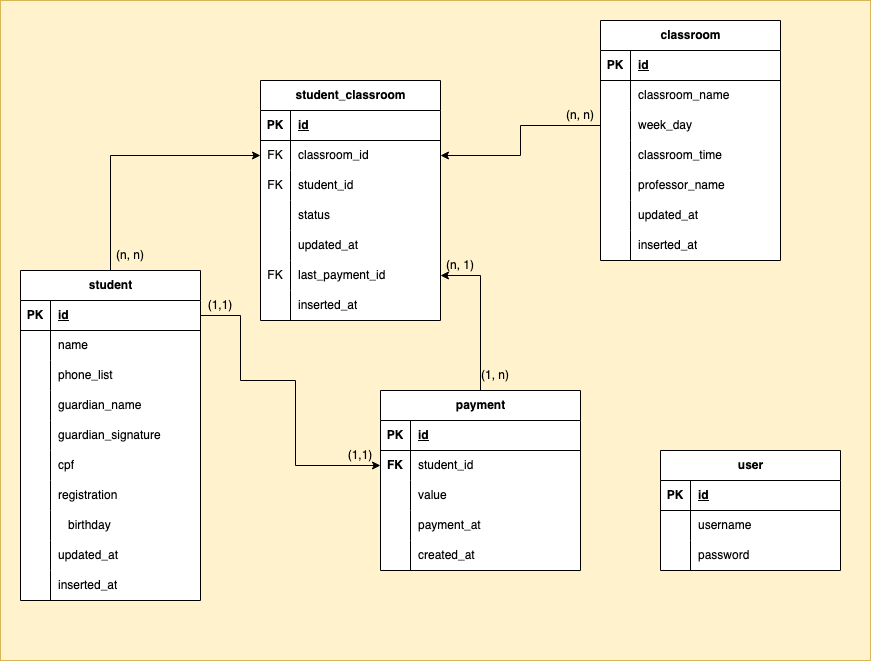
Above: doc/diagramexplosao.drawio.png in rgrosa/project-explosao-backend (draw.io), before the change. Source tidied: cells renumbered, new cells last; positions are measured from the earlier drawing's top-left corner, leaving out a move shared by most shapes.
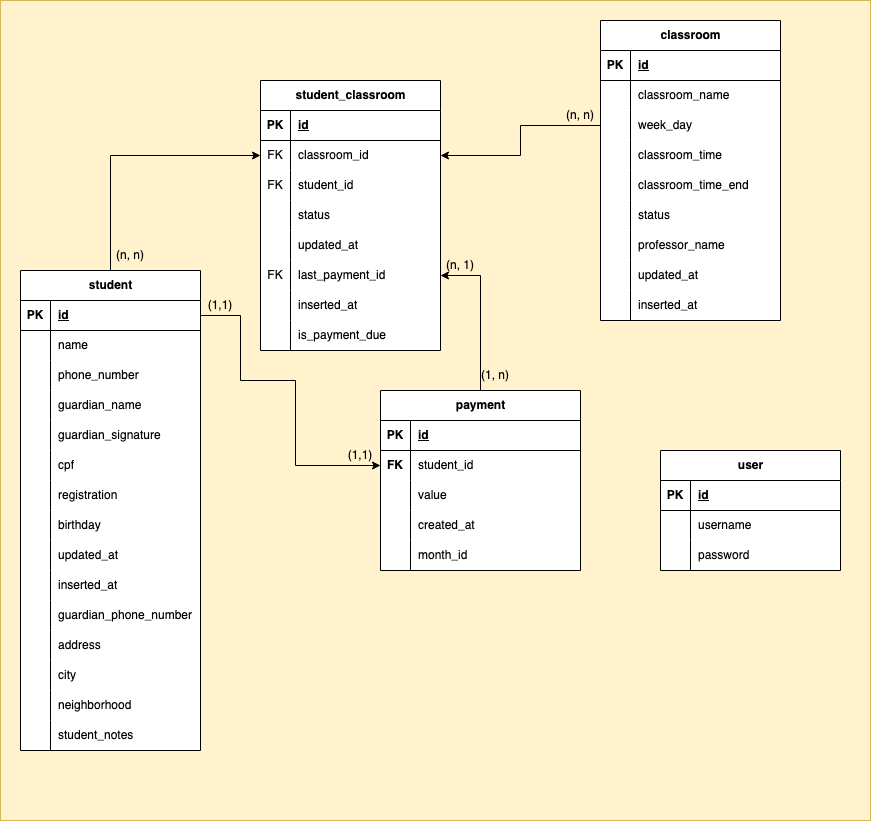
After the change.

Change to the diagram source:
```diff
@@ -3,13 +3,13 @@
     <mxCell id="0" />
     <mxCell id="1" parent="0" />
     <mxCell id="2" style="whiteSpace=wrap;html=1;fillColor=#fff2cc;strokeColor=#d6b656;" parent="1" vertex="1">
-      <mxGeometry width="870" height="660" as="geometry" />
+      <mxGeometry width="870" height="820" as="geometry" />
     </mxCell>
     <mxCell id="3" style="edgeStyle=orthogonalEdgeStyle;rounded=0;jettySize=auto;html=1;entryX=0;entryY=0.5;entryDx=0;entryDy=0;" parent="1" edge="1" source="4" target="61">
       <mxGeometry relative="1" as="geometry" />
     </mxCell>
     <mxCell id="4" value="student" style="shape=table;startSize=30;rowLines=0;fontStyle=1;align=center;html=1;swimlaneFillColor=default;" parent="1" vertex="1">
-      <mxGeometry x="20" y="270" width="180" height="330" as="geometry" />
+      <mxGeometry x="20" y="270" width="180" height="480" as="geometry" />
     </mxCell>
     <mxCell id="5" style="shape=tableRow;horizontal=0;startSize=0;swimlaneHead=0;swimlaneBody=0;fillColor=none;points=[[0,0.5],[1,0.5]];portConstraint=eastwest;top=0;left=0;right=0;bottom=1;" parent="4" vertex="1">
       <mxGeometry y="30" width="180" height="30" as="geometry" />
@@ -35,7 +35,7 @@
     <mxCell id="12" style="shape=partialRectangle;fillColor=none;top=0;left=0;bottom=0;right=0;overflow=hidden;whiteSpace=wrap;html=1;" parent="11" vertex="1">
       <mxGeometry width="30" height="30" as="geometry" />
     </mxCell>
-    <mxCell id="13" value="&lt;div&gt;phone_list&lt;/div&gt;" style="shape=partialRectangle;fillColor=none;top=0;left=0;bottom=0;right=0;align=left;spacingLeft=6;overflow=hidden;whiteSpace=wrap;html=1;" parent="11" vertex="1">
+    <mxCell id="13" value="&lt;div&gt;phone_number&lt;/div&gt;" style="shape=partialRectangle;fillColor=none;top=0;left=0;bottom=0;right=0;align=left;spacingLeft=6;overflow=hidden;whiteSpace=wrap;html=1;" parent="11" vertex="1">
       <mxGeometry x="30" width="150" height="30" as="geometry" />
     </mxCell>
     <mxCell id="14" style="shape=tableRow;horizontal=0;startSize=0;swimlaneHead=0;swimlaneBody=0;fillColor=none;top=0;left=0;right=0;bottom=0;" parent="4" vertex="1">
@@ -101,8 +101,53 @@
     <mxCell id="34" value="inserted_at" style="shape=partialRectangle;fillColor=none;top=0;left=0;bottom=0;right=0;align=left;spacingLeft=6;overflow=hidden;whiteSpace=wrap;html=1;" parent="32" vertex="1">
       <mxGeometry x="30" width="150" height="30" as="geometry" />
     </mxCell>
+    <mxCell id="116" style="shape=tableRow;horizontal=0;startSize=0;swimlaneHead=0;swimlaneBody=0;fillColor=none;top=0;left=0;right=0;bottom=0;" parent="4" vertex="1">
+      <mxGeometry y="330" width="180" height="30" as="geometry" />
+    </mxCell>
+    <mxCell id="117" style="shape=partialRectangle;fillColor=none;top=0;left=0;bottom=0;right=0;overflow=hidden;whiteSpace=wrap;html=1;" parent="116" vertex="1">
+      <mxGeometry width="30" height="30" as="geometry" />
+    </mxCell>
+    <mxCell id="118" value="guardian_phone_number" style="shape=partialRectangle;fillColor=none;top=0;left=0;bottom=0;right=0;align=left;spacingLeft=6;overflow=hidden;whiteSpace=wrap;html=1;" parent="116" vertex="1">
+      <mxGeometry x="30" width="150" height="30" as="geometry" />
+    </mxCell>
+    <mxCell id="119" style="shape=tableRow;horizontal=0;startSize=0;swimlaneHead=0;swimlaneBody=0;fillColor=none;top=0;left=0;right=0;bottom=0;" parent="4" vertex="1">
+      <mxGeometry y="360" width="180" height="30" as="geometry" />
+    </mxCell>
+    <mxCell id="120" style="shape=partialRectangle;fillColor=none;top=0;left=0;bottom=0;right=0;overflow=hidden;whiteSpace=wrap;html=1;" parent="119" vertex="1">
+      <mxGeometry width="30" height="30" as="geometry" />
+    </mxCell>
+    <mxCell id="121" value="address" style="shape=partialRectangle;fillColor=none;top=0;left=0;bottom=0;right=0;align=left;spacingLeft=6;overflow=hidden;whiteSpace=wrap;html=1;" parent="119" vertex="1">
+      <mxGeometry x="30" width="150" height="30" as="geometry" />
+    </mxCell>
+    <mxCell id="122" style="shape=tableRow;horizontal=0;startSize=0;swimlaneHead=0;swimlaneBody=0;fillColor=none;top=0;left=0;right=0;bottom=0;" parent="4" vertex="1">
+      <mxGeometry y="390" width="180" height="30" as="geometry" />
+    </mxCell>
+    <mxCell id="123" style="shape=partialRectangle;fillColor=none;top=0;left=0;bottom=0;right=0;overflow=hidden;whiteSpace=wrap;html=1;" parent="122" vertex="1">
+      <mxGeometry width="30" height="30" as="geometry" />
+    </mxCell>
+    <mxCell id="124" value="city" style="shape=partialRectangle;fillColor=none;top=0;left=0;bottom=0;right=0;align=left;spacingLeft=6;overflow=hidden;whiteSpace=wrap;html=1;" parent="122" vertex="1">
+      <mxGeometry x="30" width="150" height="30" as="geometry" />
+    </mxCell>
+    <mxCell id="125" style="shape=tableRow;horizontal=0;startSize=0;swimlaneHead=0;swimlaneBody=0;fillColor=none;top=0;left=0;right=0;bottom=0;" parent="4" vertex="1">
+      <mxGeometry y="420" width="180" height="30" as="geometry" />
+    </mxCell>
+    <mxCell id="126" style="shape=partialRectangle;fillColor=none;top=0;left=0;bottom=0;right=0;overflow=hidden;whiteSpace=wrap;html=1;" parent="125" vertex="1">
+      <mxGeometry width="30" height="30" as="geometry" />
+    </mxCell>
+    <mxCell id="127" value="neighborhood" style="shape=partialRectangle;fillColor=none;top=0;left=0;bottom=0;right=0;align=left;spacingLeft=6;overflow=hidden;whiteSpace=wrap;html=1;" parent="125" vertex="1">
+      <mxGeometry x="30" width="150" height="30" as="geometry" />
+    </mxCell>
+    <mxCell id="128" style="shape=tableRow;horizontal=0;startSize=0;swimlaneHead=0;swimlaneBody=0;fillColor=none;top=0;left=0;right=0;bottom=0;" parent="4" vertex="1">
+      <mxGeometry y="450" width="180" height="30" as="geometry" />
+    </mxCell>
+    <mxCell id="129" style="shape=partialRectangle;fillColor=none;top=0;left=0;bottom=0;right=0;overflow=hidden;whiteSpace=wrap;html=1;" parent="128" vertex="1">
+      <mxGeometry width="30" height="30" as="geometry" />
+    </mxCell>
+    <mxCell id="130" value="student_notes" style="shape=partialRectangle;fillColor=none;top=0;left=0;bottom=0;right=0;align=left;spacingLeft=6;overflow=hidden;whiteSpace=wrap;html=1;" parent="128" vertex="1">
+      <mxGeometry x="30" width="150" height="30" as="geometry" />
+    </mxCell>
     <mxCell id="35" value="classroom" style="shape=table;startSize=30;rowLines=0;fontStyle=1;align=center;html=1;swimlaneFillColor=default;" parent="1" vertex="1">
-      <mxGeometry x="600" y="20" width="180" height="240" as="geometry" />
+      <mxGeometry x="600" y="20" width="180" height="300" as="geometry" />
     </mxCell>
     <mxCell id="36" style="shape=tableRow;horizontal=0;startSize=0;swimlaneHead=0;swimlaneBody=0;fillColor=none;top=0;left=0;right=0;bottom=1;" parent="35" vertex="1">
       <mxGeometry y="30" width="180" height="30" as="geometry" />
@@ -140,8 +185,26 @@
     <mxCell id="47" value="classroom_time" style="shape=partialRectangle;fillColor=none;top=0;left=0;bottom=0;right=0;align=left;spacingLeft=6;overflow=hidden;whiteSpace=wrap;html=1;" parent="45" vertex="1">
       <mxGeometry x="30" width="150" height="30" as="geometry" />
     </mxCell>
+    <mxCell id="131" style="shape=tableRow;horizontal=0;startSize=0;swimlaneHead=0;swimlaneBody=0;fillColor=none;top=0;left=0;right=0;bottom=0;" parent="35" vertex="1">
+      <mxGeometry y="150" width="180" height="30" as="geometry" />
+    </mxCell>
+    <mxCell id="132" style="shape=partialRectangle;fillColor=none;top=0;left=0;bottom=0;right=0;overflow=hidden;whiteSpace=wrap;html=1;" parent="131" vertex="1">
+      <mxGeometry width="30" height="30" as="geometry" />
+    </mxCell>
+    <mxCell id="133" value="classroom_time_end" style="shape=partialRectangle;fillColor=none;top=0;left=0;bottom=0;right=0;align=left;spacingLeft=6;overflow=hidden;whiteSpace=wrap;html=1;" parent="131" vertex="1">
+      <mxGeometry x="30" width="150" height="30" as="geometry" />
+    </mxCell>
+    <mxCell id="134" style="shape=tableRow;horizontal=0;startSize=0;swimlaneHead=0;swimlaneBody=0;fillColor=none;top=0;left=0;right=0;bottom=0;" parent="35" vertex="1">
+      <mxGeometry y="180" width="180" height="30" as="geometry" />
+    </mxCell>
+    <mxCell id="135" style="shape=partialRectangle;fillColor=none;top=0;left=0;bottom=0;right=0;overflow=hidden;whiteSpace=wrap;html=1;" parent="134" vertex="1">
+      <mxGeometry width="30" height="30" as="geometry" />
+    </mxCell>
+    <mxCell id="136" value="status" style="shape=partialRectangle;fillColor=none;top=0;left=0;bottom=0;right=0;align=left;spacingLeft=6;overflow=hidden;whiteSpace=wrap;html=1;" parent="134" vertex="1">
+      <mxGeometry x="30" width="150" height="30" as="geometry" />
+    </mxCell>
     <mxCell id="48" style="shape=tableRow;horizontal=0;startSize=0;swimlaneHead=0;swimlaneBody=0;fillColor=none;top=0;left=0;right=0;bottom=0;" parent="35" vertex="1">
-      <mxGeometry y="150" width="180" height="30" as="geometry" />
+      <mxGeometry y="210" width="180" height="30" as="geometry" />
     </mxCell>
     <mxCell id="49" style="shape=partialRectangle;fillColor=none;top=0;left=0;bottom=0;right=0;overflow=hidden;whiteSpace=wrap;html=1;" parent="48" vertex="1">
       <mxGeometry width="30" height="30" as="geometry" />
@@ -150,7 +213,7 @@
       <mxGeometry x="30" width="150" height="30" as="geometry" />
     </mxCell>
     <mxCell id="51" style="shape=tableRow;horizontal=0;startSize=0;swimlaneHead=0;swimlaneBody=0;fillColor=none;top=0;left=0;right=0;bottom=0;" parent="35" vertex="1">
-      <mxGeometry y="180" width="180" height="30" as="geometry" />
+      <mxGeometry y="240" width="180" height="30" as="geometry" />
     </mxCell>
     <mxCell id="52" style="shape=partialRectangle;fillColor=none;top=0;left=0;bottom=0;right=0;overflow=hidden;whiteSpace=wrap;html=1;" parent="51" vertex="1">
       <mxGeometry width="30" height="30" as="geometry" />
@@ -159,7 +222,7 @@
       <mxGeometry x="30" width="150" height="30" as="geometry" />
     </mxCell>
     <mxCell id="54" style="shape=tableRow;horizontal=0;startSize=0;swimlaneHead=0;swimlaneBody=0;fillColor=none;top=0;left=0;right=0;bottom=0;" parent="35" vertex="1">
-      <mxGeometry y="210" width="180" height="30" as="geometry" />
+      <mxGeometry y="270" width="180" height="30" as="geometry" />
     </mxCell>
     <mxCell id="55" style="shape=partialRectangle;fillColor=none;top=0;left=0;bottom=0;right=0;overflow=hidden;whiteSpace=wrap;html=1;" parent="54" vertex="1">
       <mxGeometry width="30" height="30" as="geometry" />
@@ -168,7 +231,7 @@
       <mxGeometry x="30" width="150" height="30" as="geometry" />
     </mxCell>
     <mxCell id="57" value="student_classroom" style="shape=table;startSize=30;rowLines=0;fontStyle=1;align=center;html=1;swimlaneFillColor=default;" parent="1" vertex="1">
-      <mxGeometry x="260" y="80" width="180" height="240" as="geometry" />
+      <mxGeometry x="260" y="80" width="180" height="270" as="geometry" />
     </mxCell>
     <mxCell id="58" style="shape=tableRow;horizontal=0;startSize=0;swimlaneHead=0;swimlaneBody=0;fillColor=none;top=0;left=0;right=0;bottom=1;" parent="57" vertex="1">
       <mxGeometry y="30" width="180" height="30" as="geometry" />
@@ -233,6 +296,15 @@
     <mxCell id="78" value="inserted_at" style="shape=partialRectangle;fillColor=none;top=0;left=0;bottom=0;right=0;align=left;spacingLeft=6;overflow=hidden;whiteSpace=wrap;html=1;" parent="76" vertex="1">
       <mxGeometry x="30" width="150" height="30" as="geometry" />
     </mxCell>
+    <mxCell id="137" style="shape=tableRow;horizontal=0;startSize=0;swimlaneHead=0;swimlaneBody=0;fillColor=none;top=0;left=0;right=0;bottom=0;" parent="57" vertex="1">
+      <mxGeometry y="240" width="180" height="30" as="geometry" />
+    </mxCell>
+    <mxCell id="138" style="shape=partialRectangle;fillColor=none;top=0;left=0;bottom=0;right=0;overflow=hidden;whiteSpace=wrap;html=1;" parent="137" vertex="1">
+      <mxGeometry width="30" height="30" as="geometry" />
+    </mxCell>
+    <mxCell id="139" value="is_payment_due" style="shape=partialRectangle;fillColor=none;top=0;left=0;bottom=0;right=0;align=left;spacingLeft=6;overflow=hidden;whiteSpace=wrap;html=1;" parent="137" vertex="1">
+      <mxGeometry x="30" width="150" height="30" as="geometry" />
+    </mxCell>
     <mxCell id="79" style="edgeStyle=orthogonalEdgeStyle;rounded=0;jettySize=auto;html=1;entryX=1;entryY=0.5;entryDx=0;entryDy=0;" parent="1" edge="1" source="80" target="73">
       <mxGeometry relative="1" as="geometry" />
     </mxCell>
@@ -266,17 +338,8 @@
     <mxCell id="89" value="value" style="shape=partialRectangle;fillColor=none;top=0;left=0;bottom=0;right=0;align=left;spacingLeft=6;overflow=hidden;whiteSpace=wrap;html=1;" parent="87" vertex="1">
       <mxGeometry x="30" width="170" height="30" as="geometry" />
     </mxCell>
-    <mxCell id="90" style="shape=tableRow;horizontal=0;startSize=0;swimlaneHead=0;swimlaneBody=0;fillColor=none;top=0;left=0;right=0;bottom=0;" parent="80" vertex="1">
-      <mxGeometry y="120" width="200" height="30" as="geometry" />
-    </mxCell>
-    <mxCell id="91" style="shape=partialRectangle;fillColor=none;top=0;left=0;bottom=0;right=0;overflow=hidden;whiteSpace=wrap;html=1;" parent="90" vertex="1">
-      <mxGeometry width="30" height="30" as="geometry" />
-    </mxCell>
-    <mxCell id="92" style="shape=partialRectangle;fillColor=none;top=0;left=0;bottom=0;right=0;align=left;spacingLeft=6;overflow=hidden;whiteSpace=wrap;html=1;" parent="90" vertex="1">
-      <mxGeometry x="30" width="170" height="30" as="geometry" />
-    </mxCell>
     <mxCell id="93" style="shape=tableRow;horizontal=0;startSize=0;swimlaneHead=0;swimlaneBody=0;fillColor=none;top=0;left=0;right=0;bottom=0;" parent="80" vertex="1">
-      <mxGeometry y="150" width="200" height="30" as="geometry" />
+      <mxGeometry y="120" width="200" height="30" as="geometry" />
     </mxCell>
     <mxCell id="94" style="shape=partialRectangle;fillColor=none;top=0;left=0;bottom=0;right=0;overflow=hidden;whiteSpace=wrap;html=1;" parent="93" vertex="1">
       <mxGeometry width="30" height="30" as="geometry" />
@@ -284,12 +347,18 @@
     <mxCell id="95" value="created_at" style="shape=partialRectangle;fillColor=none;top=0;left=0;bottom=0;right=0;align=left;spacingLeft=6;overflow=hidden;whiteSpace=wrap;html=1;" parent="93" vertex="1">
       <mxGeometry x="30" width="170" height="30" as="geometry" />
     </mxCell>
+    <mxCell id="140" style="shape=tableRow;horizontal=0;startSize=0;swimlaneHead=0;swimlaneBody=0;fillColor=none;top=0;left=0;right=0;bottom=0;" parent="80" vertex="1">
+      <mxGeometry y="150" width="200" height="30" as="geometry" />
+    </mxCell>
+    <mxCell id="141" style="shape=partialRectangle;fillColor=none;top=0;left=0;bottom=0;right=0;overflow=hidden;whiteSpace=wrap;html=1;" parent="140" vertex="1">
+      <mxGeometry width="30" height="30" as="geometry" />
+    </mxCell>
+    <mxCell id="142" value="month_id" style="shape=partialRectangle;fillColor=none;top=0;left=0;bottom=0;right=0;align=left;spacingLeft=6;overflow=hidden;whiteSpace=wrap;html=1;" parent="140" vertex="1">
+      <mxGeometry x="30" width="170" height="30" as="geometry" />
+    </mxCell>
     <mxCell id="96" value="birthday" style="shape=partialRectangle;fillColor=none;top=0;left=0;bottom=0;right=0;align=left;spacingLeft=6;overflow=hidden;whiteSpace=wrap;html=1;" parent="1" vertex="1">
-      <mxGeometry x="60" y="510" width="150" height="30" as="geometry" />
+      <mxGeometry x="50" y="510" width="150" height="30" as="geometry" />
     </mxCell>
-    <mxCell id="97" value="payment_at" style="shape=partialRectangle;fillColor=none;top=0;left=0;bottom=0;right=0;align=left;spacingLeft=6;overflow=hidden;whiteSpace=wrap;html=1;" parent="1" vertex="1">
-      <mxGeometry x="410" y="510" width="170" height="30" as="geometry" />
-    </mxCell>
     <mxCell id="98" style="edgeStyle=orthogonalEdgeStyle;rounded=0;jettySize=auto;html=1;entryX=1;entryY=0.5;entryDx=0;entryDy=0;" parent="1" edge="1" source="42" target="61">
       <mxGeometry relative="1" as="geometry" />
     </mxCell>
```
